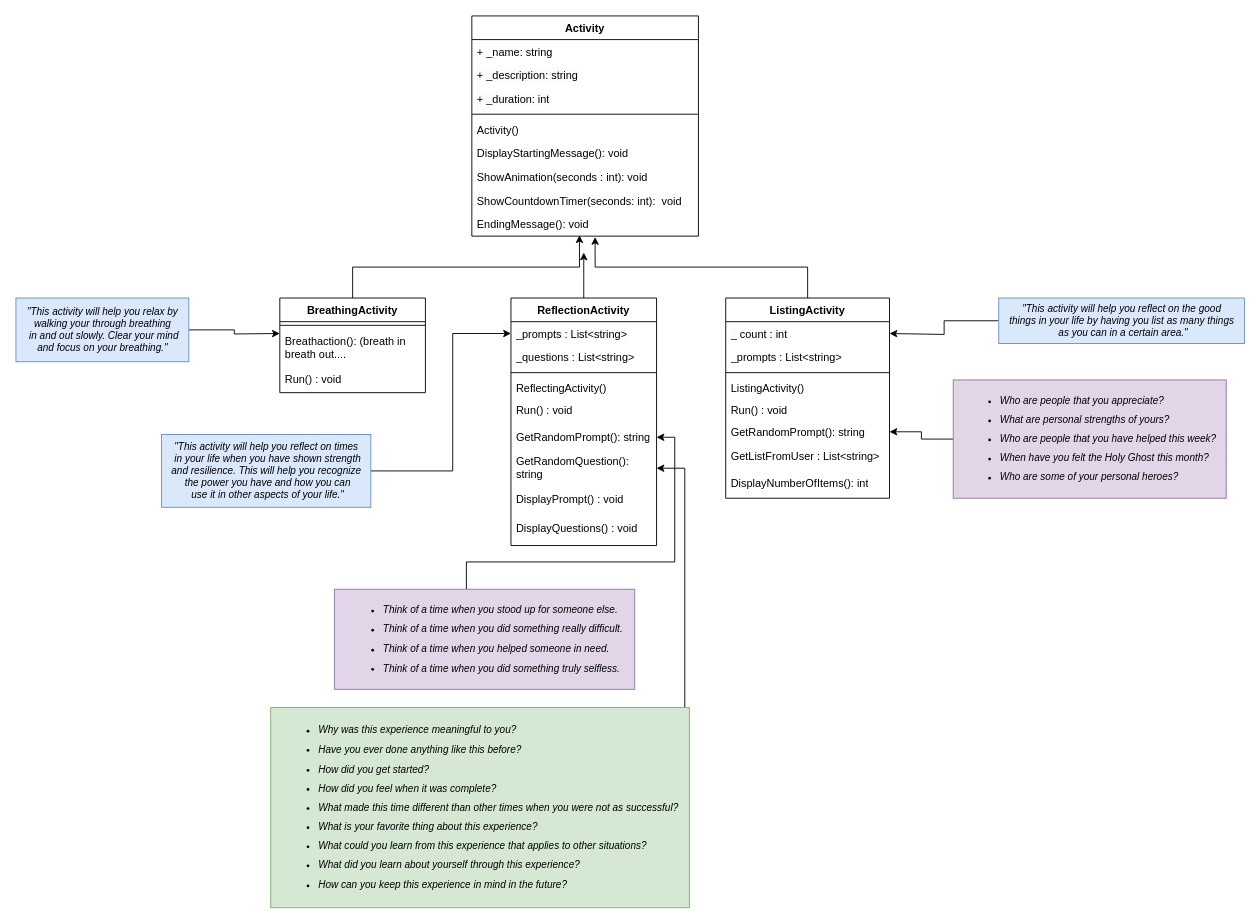
Jacjr88/cse210-jc keeps this draw.io diagram as prove week 4.drawio. Above is the earlier version. Source tidied: cells renumbered, new cells numbered last; positions are measured from the earlier drawing's top-left corner, leaving out a move shared by most shapes. Both pictures are drawn from the tidied source at 91%, with x=0, y=0 at pixel (15, 15).
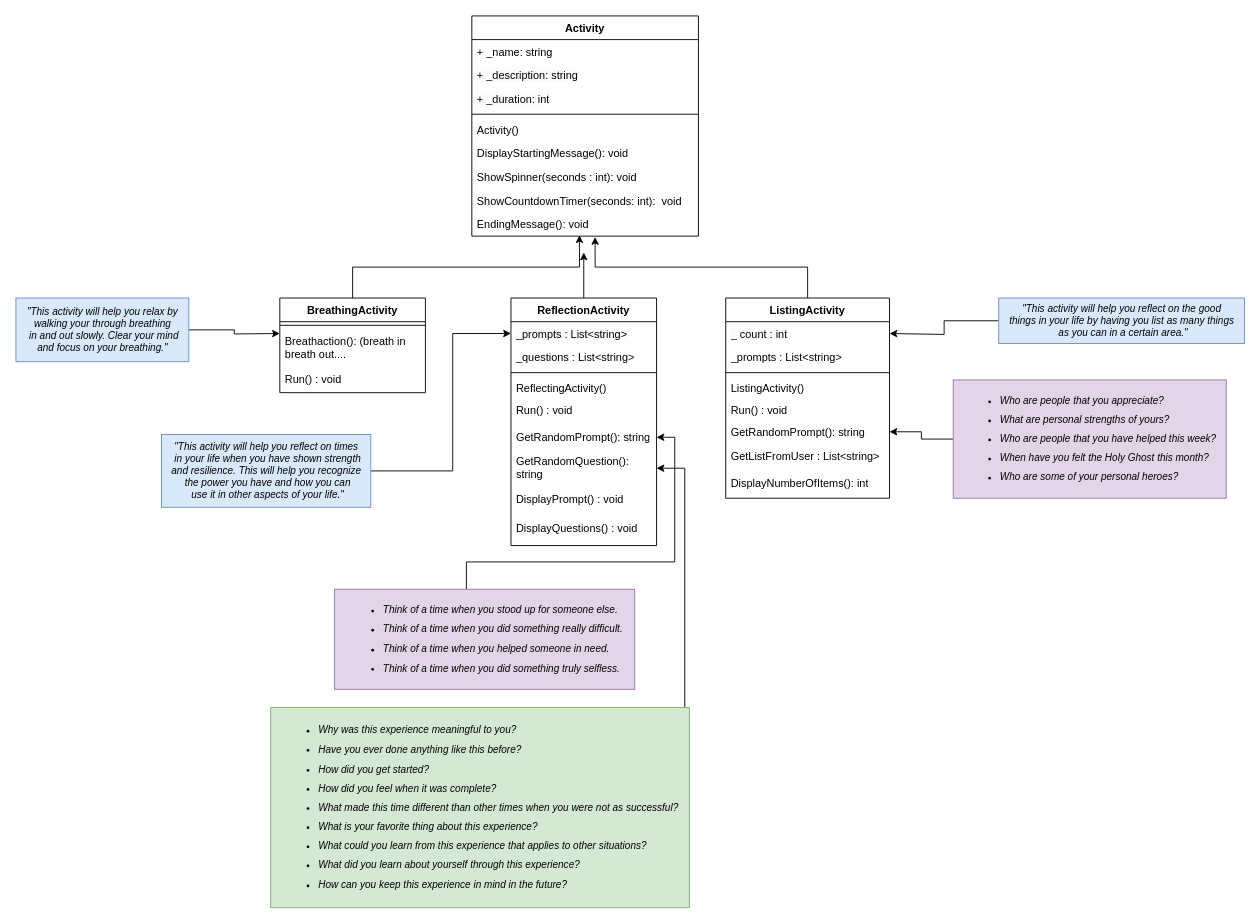
Above is the later version.

Commit message (it also covers changes not shown here):
Learning activity week 5

The change refers to these unchanged cells:
```xml
<mxCell id="2" value="Activity" style="swimlane;fontStyle=1;align=center;verticalAlign=top;horizontal=1;startSize=26;whiteSpace=wrap;html=1;" parent="1" vertex="1">
  <mxGeometry x="501" width="249" height="242" as="geometry" />
</mxCell>
```

What changed in the source:
```diff
@@
-    <mxCell id="9" value="ShowAnimation(seconds : int): void" style="text;strokeColor=none;fillColor=none;align=left;verticalAlign=top;spacingLeft=4;spacingRight=4;overflow=hidden;whiteSpace=wrap;html=1;" parent="2" vertex="1">
+    <mxCell id="9" value="ShowSpinner(seconds : int): void" style="text;strokeColor=none;fillColor=none;align=left;verticalAlign=top;spacingLeft=4;spacingRight=4;overflow=hidden;whiteSpace=wrap;html=1;" parent="2" vertex="1">
       <mxGeometry y="164" width="249" height="26" as="geometry" />
     </mxCell>
```
